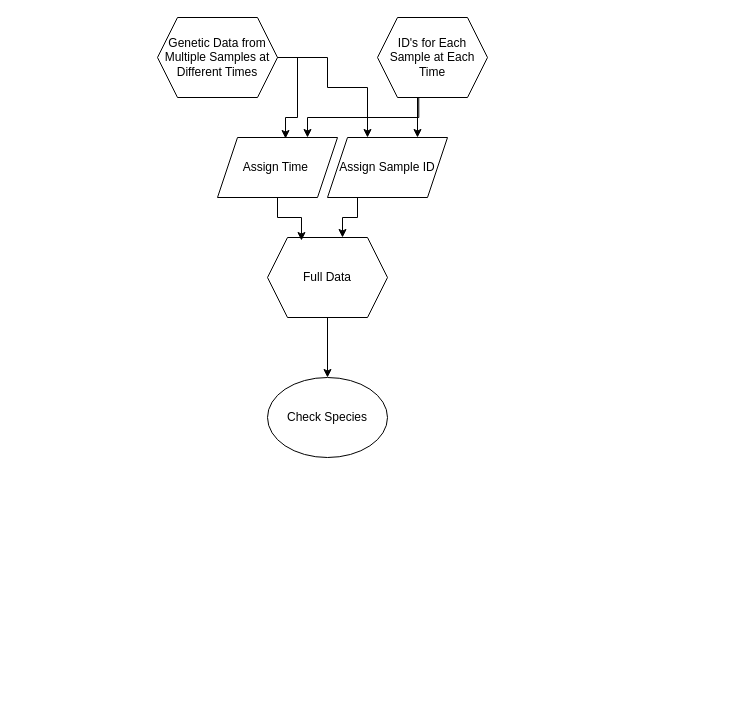
Above: Microbiome Time.drawio in bcbowling/Test (draw.io), before the change. Source tidied: cells renumbered, new cells numbered last; positions are measured from the earlier drawing's top-left corner, leaving out a move shared by most shapes. Both pictures are drawn from the tidied source at 100%, with x=0, y=0 at pixel (157, 17).
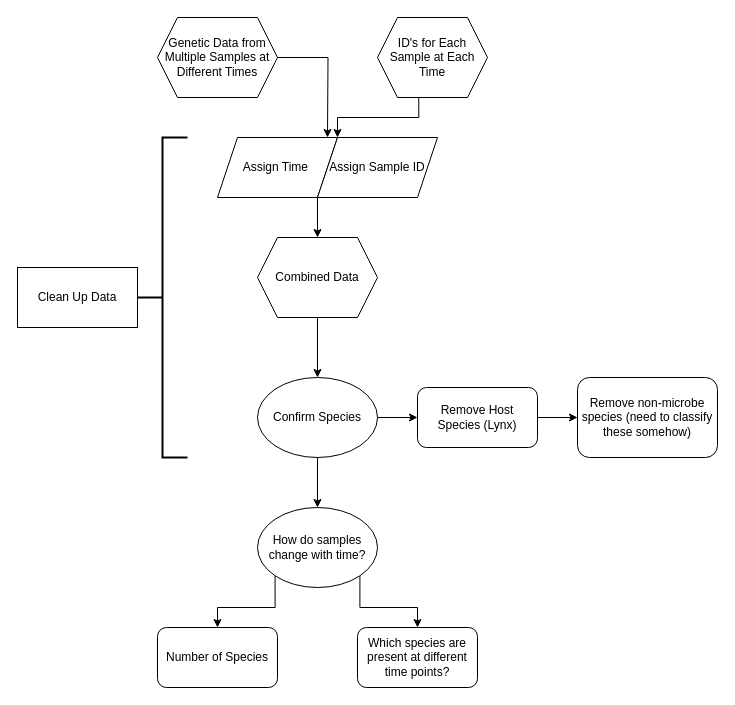
The same page after the edit.

The change refers to these unchanged cells:
```xml
<mxCell id="3" value="Genetic Data from Multiple Samples at Different Times" style="shape=hexagon;perimeter=hexagonPerimeter2;whiteSpace=wrap;html=1;fixedSize=1;" parent="1" vertex="1">
  <mxGeometry width="120" height="80" as="geometry" />
</mxCell>
<mxCell id="4" value="Assign Time&amp;nbsp;" style="shape=parallelogram;perimeter=parallelogramPerimeter;whiteSpace=wrap;html=1;fixedSize=1;" parent="1" vertex="1">
  <mxGeometry x="60" y="120" width="120" height="60" as="geometry" />
</mxCell>
<mxCell id="9" value="ID's for Each Sample at Each Time" style="shape=hexagon;perimeter=hexagonPerimeter2;whiteSpace=wrap;html=1;fixedSize=1;" parent="1" vertex="1">
  <mxGeometry x="220" width="110" height="80" as="geometry" />
</mxCell>
```

What changed in the source:
```diff
@@
-    <mxCell id="2" style="edgeStyle=orthogonalEdgeStyle;rounded=0;jettySize=auto;html=1;" parent="1" edge="1" source="3" target="6">
-      <mxGeometry relative="1" as="geometry">
-        <Array as="points">
-          <mxPoint x="170" y="40" />
-          <mxPoint x="170" y="70" />
-          <mxPoint x="210" y="70" />
-        </Array>
-      </mxGeometry>
-    </mxCell>
@@
-    <mxCell id="5" style="edgeStyle=orthogonalEdgeStyle;rounded=0;jettySize=auto;html=1;exitX=0.25;exitY=1;exitDx=0;exitDy=0;entryX=0.625;entryY=0;entryDx=0;entryDy=0;" parent="1" edge="1" source="6" target="13">
+    <mxCell id="5" style="edgeStyle=orthogonalEdgeStyle;rounded=0;jettySize=auto;html=1;exitX=0;exitY=1;exitDx=0;exitDy=0;" parent="1" edge="1" source="6" target="13">
       <mxGeometry relative="1" as="geometry" />
     </mxCell>
     <mxCell id="6" value="Assign Sample ID" style="shape=parallelogram;perimeter=parallelogramPerimeter;whiteSpace=wrap;html=1;fixedSize=1;" parent="1" vertex="1">
-      <mxGeometry x="170" y="120" width="120" height="60" as="geometry" />
+      <mxGeometry x="160" y="120" width="120" height="60" as="geometry" />
     </mxCell>
-    <mxCell id="7" style="edgeStyle=orthogonalEdgeStyle;rounded=0;jettySize=auto;html=1;exitX=0.5;exitY=1;exitDx=0;exitDy=0;entryX=0.75;entryY=0;entryDx=0;entryDy=0;" parent="1" edge="1" source="9" target="6">
-      <mxGeometry relative="1" as="geometry">
-        <Array as="points">
-          <mxPoint x="260" y="80" />
-        </Array>
-      </mxGeometry>
-    </mxCell>
-    <mxCell id="8" style="edgeStyle=orthogonalEdgeStyle;rounded=0;jettySize=auto;html=1;exitX=0.375;exitY=1;exitDx=0;exitDy=0;entryX=0.75;entryY=0;entryDx=0;entryDy=0;" parent="1" edge="1" source="9" target="4">
-      <mxGeometry relative="1" as="geometry" />
+    <mxCell id="8" style="edgeStyle=orthogonalEdgeStyle;rounded=0;jettySize=auto;html=1;exitX=0.375;exitY=1;exitDx=0;exitDy=0;" parent="1" edge="1" source="9">
+      <mxGeometry relative="1" as="geometry">
+        <mxPoint x="180" y="120" as="targetPoint" />
+        <Array as="points">
+          <mxPoint x="261" y="100" />
+          <mxPoint x="180" y="100" />
+          <mxPoint x="180" y="120" />
+        </Array>
+      </mxGeometry>
     </mxCell>
@@
-    <mxCell id="10" style="edgeStyle=orthogonalEdgeStyle;rounded=0;jettySize=auto;html=1;exitX=1;exitY=0.5;exitDx=0;exitDy=0;entryX=0.567;entryY=0.017;entryDx=0;entryDy=0;entryPerimeter=0;" parent="1" edge="1" source="3" target="4">
-      <mxGeometry relative="1" as="geometry" />
+    <mxCell id="10" style="edgeStyle=orthogonalEdgeStyle;rounded=0;jettySize=auto;html=1;exitX=1;exitY=0.5;exitDx=0;exitDy=0;" parent="1" edge="1" source="3">
+      <mxGeometry relative="1" as="geometry">
+        <mxPoint x="170" y="120" as="targetPoint" />
+      </mxGeometry>
     </mxCell>
+    <mxCell id="15" style="edgeStyle=orthogonalEdgeStyle;rounded=0;jettySize=auto;html=1;entryX=0;entryY=0.5;entryDx=0;entryDy=0;" parent="1" edge="1" source="11" target="18">
+      <mxGeometry relative="1" as="geometry" />
+    </mxCell>
+    <mxCell id="16" style="edgeStyle=orthogonalEdgeStyle;rounded=0;jettySize=auto;html=1;exitX=0.5;exitY=1;exitDx=0;exitDy=0;entryX=0.5;entryY=0;entryDx=0;entryDy=0;" parent="1" edge="1" source="11" target="22">
+      <mxGeometry relative="1" as="geometry" />
+    </mxCell>
-    <mxCell id="11" value="Check Species" style="ellipse;whiteSpace=wrap;html=1;" parent="1" vertex="1">
-      <mxGeometry x="110" y="360" width="120" height="80" as="geometry" />
+    <mxCell id="11" value="Confirm Species" style="ellipse;whiteSpace=wrap;html=1;" parent="1" vertex="1">
+      <mxGeometry x="100" y="360" width="120" height="80" as="geometry" />
     </mxCell>
@@
-    <mxCell id="13" value="Full Data" style="shape=hexagon;perimeter=hexagonPerimeter2;whiteSpace=wrap;html=1;fixedSize=1;" parent="1" vertex="1">
-      <mxGeometry x="110" y="220" width="120" height="80" as="geometry" />
+    <mxCell id="13" value="Combined Data" style="shape=hexagon;perimeter=hexagonPerimeter2;whiteSpace=wrap;html=1;fixedSize=1;" parent="1" vertex="1">
+      <mxGeometry x="100" y="220" width="120" height="80" as="geometry" />
     </mxCell>
-    <mxCell id="14" style="edgeStyle=orthogonalEdgeStyle;rounded=0;jettySize=auto;html=1;exitX=0.5;exitY=1;exitDx=0;exitDy=0;entryX=0.283;entryY=0.038;entryDx=0;entryDy=0;entryPerimeter=0;" parent="1" edge="1" source="4" target="13">
-      <mxGeometry relative="1" as="geometry" />
-    </mxCell>
+    <mxCell id="17" style="edgeStyle=orthogonalEdgeStyle;rounded=0;jettySize=auto;html=1;exitX=1;exitY=0.5;exitDx=0;exitDy=0;entryX=0;entryY=0.5;entryDx=0;entryDy=0;" parent="1" edge="1" source="18" target="19">
+      <mxGeometry relative="1" as="geometry" />
+    </mxCell>
+    <mxCell id="18" value="Remove Host Species (Lynx)" style="rounded=1;whiteSpace=wrap;html=1;" parent="1" vertex="1">
+      <mxGeometry x="260" y="370" width="120" height="60" as="geometry" />
+    </mxCell>
+    <mxCell id="19" value="Remove non-microbe species (need to classify these somehow)" style="rounded=1;whiteSpace=wrap;html=1;" parent="1" vertex="1">
+      <mxGeometry x="420" y="360" width="140" height="80" as="geometry" />
+    </mxCell>
+    <mxCell id="20" style="edgeStyle=orthogonalEdgeStyle;rounded=0;jettySize=auto;html=1;exitX=0;exitY=1;exitDx=0;exitDy=0;" parent="1" edge="1" source="22" target="25">
+      <mxGeometry relative="1" as="geometry" />
+    </mxCell>
+    <mxCell id="21" style="edgeStyle=orthogonalEdgeStyle;rounded=0;jettySize=auto;html=1;exitX=1;exitY=1;exitDx=0;exitDy=0;" parent="1" edge="1" source="22" target="26">
+      <mxGeometry relative="1" as="geometry" />
+    </mxCell>
+    <mxCell id="22" value="How do samples change with time?" style="ellipse;whiteSpace=wrap;html=1;" parent="1" vertex="1">
+      <mxGeometry x="100" y="490" width="120" height="80" as="geometry" />
+    </mxCell>
+    <mxCell id="23" style="strokeWidth=2;html=1;shape=mxgraph.flowchart.annotation_2;align=left;labelPosition=right;" parent="1" vertex="1">
+      <mxGeometry x="-20" y="120" width="50" height="320" as="geometry" />
+    </mxCell>
+    <mxCell id="24" value="Clean Up Data" style="rounded=0;whiteSpace=wrap;html=1;" parent="1" vertex="1">
+      <mxGeometry x="-140" y="250" width="120" height="60" as="geometry" />
+    </mxCell>
+    <mxCell id="25" value="Number of Species" style="rounded=1;whiteSpace=wrap;html=1;" parent="1" vertex="1">
+      <mxGeometry y="610" width="120" height="60" as="geometry" />
+    </mxCell>
+    <mxCell id="26" value="Which species are present at different time points?" style="rounded=1;whiteSpace=wrap;html=1;" parent="1" vertex="1">
+      <mxGeometry x="200" y="610" width="120" height="60" as="geometry" />
+    </mxCell>
```
